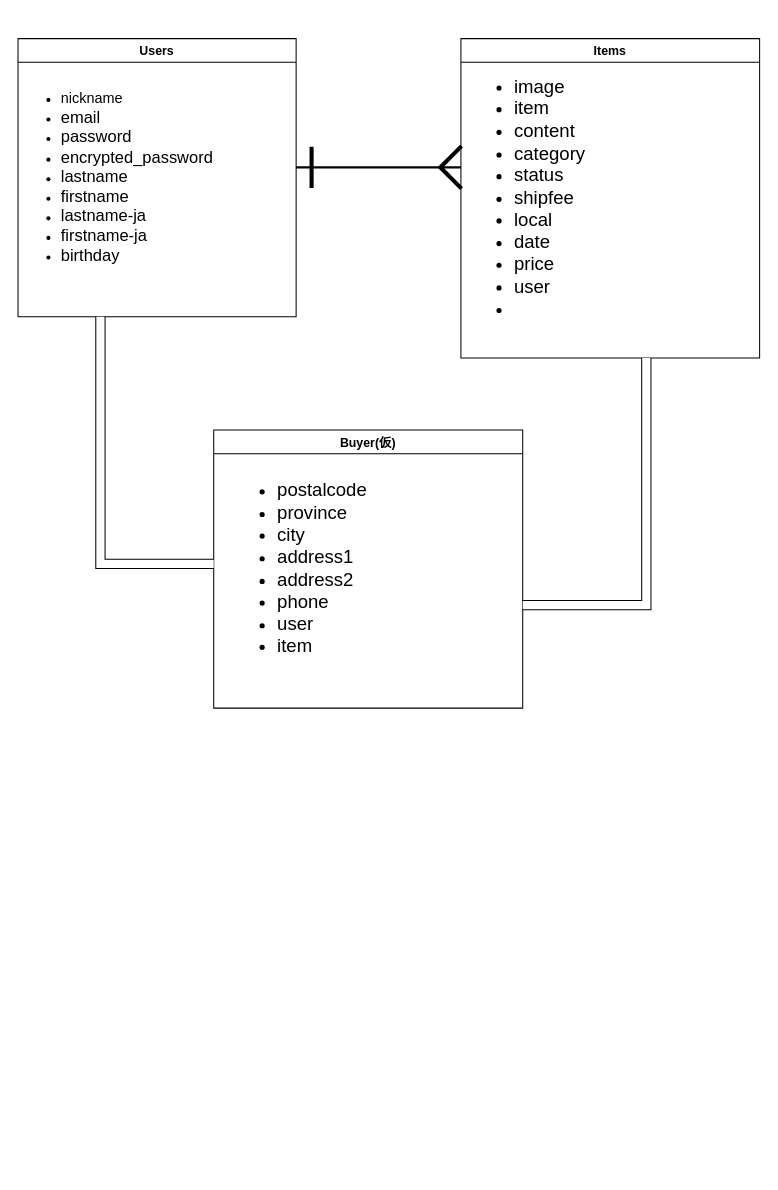
Above: test.dio in ShoheiTakino/furima-37951 (draw.io), before the change. Source tidied: cells renumbered, new cells numbered last; positions are measured from the earlier drawing's top-left corner, leaving out a move shared by most shapes. Both pictures are drawn from the tidied source at 103%, with x=0, y=0 at pixel (18, 38).
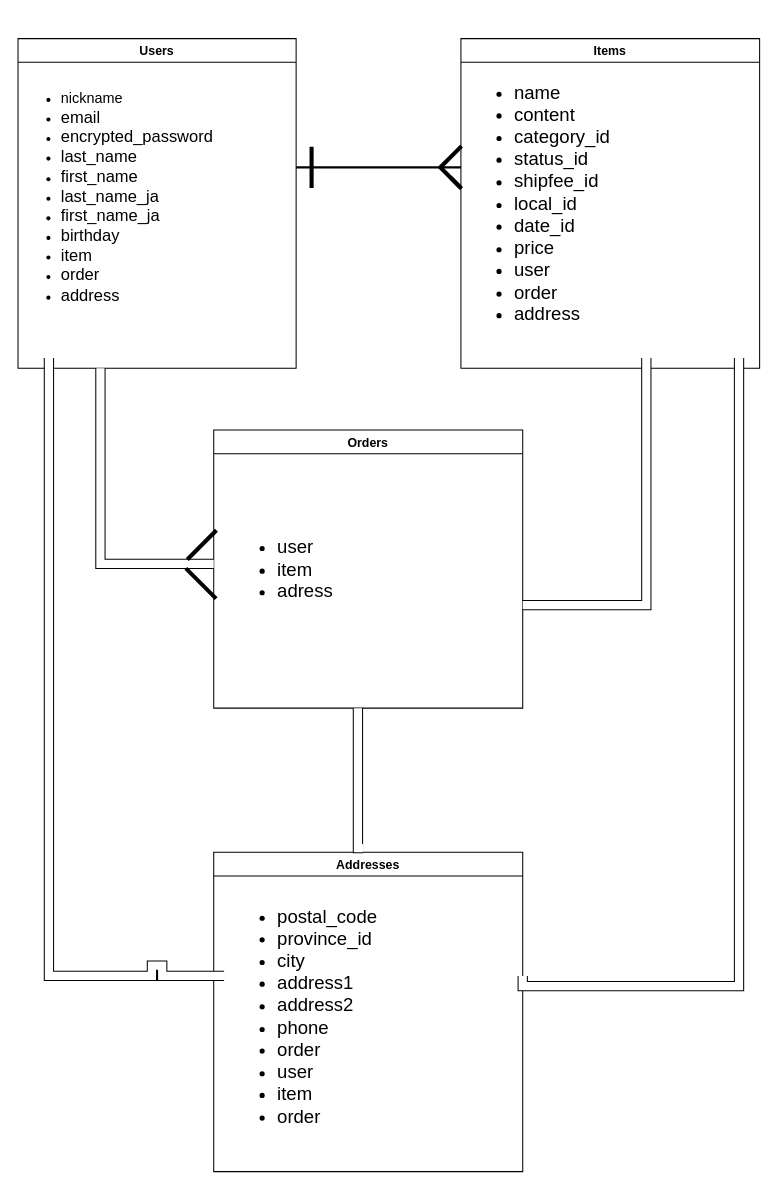
Above is the later version.

Commit message (it also covers changes not shown here):
ER図とREADMEの編集

Change to the diagram source:
```diff
@@
     <mxCell id="2" value="Users" style="swimlane;" parent="1" vertex="1">
-      <mxGeometry width="270" height="270" as="geometry" />
+      <mxGeometry width="270" height="320" as="geometry" />
     </mxCell>
-    <mxCell id="3" value="&lt;ul&gt;&lt;li&gt;&lt;span style=&quot;font-size: 14px&quot;&gt;nickname&lt;/span&gt;&lt;/li&gt;&lt;li&gt;&lt;font size=&quot;3&quot;&gt;email&lt;/font&gt;&lt;/li&gt;&lt;li&gt;&lt;font size=&quot;3&quot;&gt;password&lt;/font&gt;&lt;/li&gt;&lt;li&gt;&lt;font size=&quot;3&quot;&gt;encrypted_password&lt;/font&gt;&lt;/li&gt;&lt;li&gt;&lt;font size=&quot;3&quot;&gt;lastname&lt;/font&gt;&lt;/li&gt;&lt;li&gt;&lt;font size=&quot;3&quot;&gt;firstname&lt;/font&gt;&lt;/li&gt;&lt;li&gt;&lt;font size=&quot;3&quot;&gt;lastname-ja&lt;/font&gt;&lt;/li&gt;&lt;li&gt;&lt;font size=&quot;3&quot;&gt;firstname-ja&lt;/font&gt;&lt;/li&gt;&lt;li&gt;&lt;font size=&quot;3&quot;&gt;birthday&lt;/font&gt;&lt;/li&gt;&lt;/ul&gt;" style="text;strokeColor=none;fillColor=none;html=1;whiteSpace=wrap;verticalAlign=middle;overflow=hidden;" parent="2" vertex="1">
-      <mxGeometry y="15" width="240" height="240" as="geometry" />
+    <mxCell id="3" value="&lt;ul&gt;&lt;li&gt;&lt;span style=&quot;font-size: 14px&quot;&gt;nickname&lt;/span&gt;&lt;/li&gt;&lt;li&gt;&lt;font size=&quot;3&quot;&gt;email&lt;/font&gt;&lt;/li&gt;&lt;li&gt;&lt;font size=&quot;3&quot;&gt;encrypted_password&lt;/font&gt;&lt;/li&gt;&lt;li&gt;&lt;font size=&quot;3&quot;&gt;last_name&lt;/font&gt;&lt;/li&gt;&lt;li&gt;&lt;font size=&quot;3&quot;&gt;first_name&lt;/font&gt;&lt;/li&gt;&lt;li&gt;&lt;font size=&quot;3&quot;&gt;last_name_ja&lt;/font&gt;&lt;/li&gt;&lt;li&gt;&lt;font size=&quot;3&quot;&gt;first_name_ja&lt;/font&gt;&lt;/li&gt;&lt;li&gt;&lt;font size=&quot;3&quot;&gt;birthday&lt;/font&gt;&lt;/li&gt;&lt;li&gt;&lt;font size=&quot;3&quot;&gt;item&lt;/font&gt;&lt;/li&gt;&lt;li&gt;&lt;font size=&quot;3&quot;&gt;order&lt;/font&gt;&lt;/li&gt;&lt;li&gt;&lt;font size=&quot;3&quot;&gt;address&lt;/font&gt;&lt;/li&gt;&lt;/ul&gt;" style="text;strokeColor=none;fillColor=none;html=1;whiteSpace=wrap;verticalAlign=middle;overflow=hidden;" parent="2" vertex="1">
+      <mxGeometry y="7.5" width="240" height="292.5" as="geometry" />
     </mxCell>
     <mxCell id="4" value="Items" style="swimlane;" parent="1" vertex="1">
-      <mxGeometry x="430" width="290" height="310" as="geometry" />
+      <mxGeometry x="430" width="290" height="320" as="geometry" />
     </mxCell>
-    <mxCell id="5" value="&lt;ul style=&quot;font-size: 18px&quot;&gt;&lt;li&gt;image&lt;/li&gt;&lt;li&gt;item&lt;/li&gt;&lt;li&gt;content&lt;/li&gt;&lt;li&gt;category&lt;/li&gt;&lt;li&gt;status&lt;/li&gt;&lt;li&gt;shipfee&lt;/li&gt;&lt;li&gt;local&lt;/li&gt;&lt;li&gt;date&lt;/li&gt;&lt;li&gt;price&lt;/li&gt;&lt;li&gt;user&lt;/li&gt;&lt;li&gt;&lt;br&gt;&lt;/li&gt;&lt;/ul&gt;" style="text;strokeColor=none;fillColor=none;html=1;whiteSpace=wrap;verticalAlign=middle;overflow=hidden;" parent="4" vertex="1">
-      <mxGeometry x="10" y="15" width="240" height="280" as="geometry" />
+    <mxCell id="5" value="&lt;div&gt;&lt;span style=&quot;font-size: 18px&quot;&gt;&lt;br&gt;&lt;/span&gt;&lt;/div&gt;&lt;ul style=&quot;font-size: 18px&quot;&gt;&lt;li&gt;name&lt;/li&gt;&lt;li&gt;content&lt;/li&gt;&lt;li&gt;category_id&lt;/li&gt;&lt;li&gt;status_id&lt;/li&gt;&lt;li&gt;shipfee_id&lt;/li&gt;&lt;li&gt;local_id&lt;/li&gt;&lt;li&gt;date_id&lt;/li&gt;&lt;li&gt;price&lt;/li&gt;&lt;li&gt;user&lt;/li&gt;&lt;li&gt;order&lt;/li&gt;&lt;li&gt;address&lt;/li&gt;&lt;/ul&gt;" style="text;strokeColor=none;fillColor=none;html=1;whiteSpace=wrap;verticalAlign=middle;overflow=hidden;" parent="4" vertex="1">
+      <mxGeometry x="10" y="-20.3" width="240" height="340.3" as="geometry" />
     </mxCell>
-    <mxCell id="6" value="Buyer(仮)" style="swimlane;" parent="1" vertex="1">
+    <mxCell id="6" value="Orders" style="swimlane;" parent="1" vertex="1">
       <mxGeometry x="190" y="380" width="300" height="270" as="geometry" />
     </mxCell>
-    <mxCell id="7" value="&lt;ul style=&quot;font-size: 18px&quot;&gt;&lt;li&gt;postalcode&lt;/li&gt;&lt;li&gt;province&lt;/li&gt;&lt;li&gt;city&lt;/li&gt;&lt;li&gt;address1&lt;/li&gt;&lt;li&gt;address2&lt;/li&gt;&lt;li&gt;phone&lt;/li&gt;&lt;li&gt;user&lt;/li&gt;&lt;li&gt;item&lt;/li&gt;&lt;/ul&gt;" style="text;strokeColor=none;fillColor=none;html=1;whiteSpace=wrap;verticalAlign=middle;overflow=hidden;" parent="6" vertex="1">
-      <mxGeometry x="20" y="10" width="240" height="250" as="geometry" />
+    <mxCell id="7" value="&lt;div&gt;&lt;span style=&quot;font-size: 18px&quot;&gt;&lt;br&gt;&lt;/span&gt;&lt;/div&gt;&lt;ul style=&quot;font-size: 18px&quot;&gt;&lt;li&gt;user&lt;/li&gt;&lt;li&gt;item&lt;/li&gt;&lt;li&gt;adress&lt;/li&gt;&lt;/ul&gt;" style="text;strokeColor=none;fillColor=none;html=1;whiteSpace=wrap;verticalAlign=middle;overflow=hidden;" parent="6" vertex="1">
+      <mxGeometry x="20" y="20" width="240" height="210" as="geometry" />
     </mxCell>
@@
     <mxCell id="13" style="shape=filledEdge;rounded=0;fixDash=1;endArrow=none;strokeWidth=10;fillColor=#ffffff;edgeStyle=orthogonalEdgeStyle;fontSize=18;jumpSize=1;" parent="1" edge="1">
       <mxGeometry relative="1" as="geometry">
         <mxPoint x="190" y="510" as="sourcePoint" />
-        <mxPoint x="80" y="270" as="targetPoint" />
+        <mxPoint x="80" y="320" as="targetPoint" />
         <Array as="points">
           <mxPoint x="180" y="510" />
           <mxPoint x="80" y="510" />
         </Array>
       </mxGeometry>
     </mxCell>
@@
+    <mxCell id="15" value="Addresses" style="swimlane;" parent="1" vertex="1">
+      <mxGeometry x="190" y="790" width="300" height="310" as="geometry" />
+    </mxCell>
+    <mxCell id="16" value="&lt;ul style=&quot;font-size: 18px&quot;&gt;&lt;li&gt;postal_code&lt;/li&gt;&lt;li&gt;province_id&lt;/li&gt;&lt;li&gt;city&lt;/li&gt;&lt;li&gt;address1&lt;/li&gt;&lt;li&gt;address2&lt;/li&gt;&lt;li&gt;phone&lt;/li&gt;&lt;li&gt;order&lt;/li&gt;&lt;li&gt;user&lt;/li&gt;&lt;li&gt;item&lt;/li&gt;&lt;li&gt;order&lt;/li&gt;&lt;/ul&gt;" style="text;strokeColor=none;fillColor=none;html=1;whiteSpace=wrap;verticalAlign=middle;overflow=hidden;" parent="15" vertex="1">
+      <mxGeometry x="20" y="10" width="240" height="300" as="geometry" />
+    </mxCell>
+    <mxCell id="17" style="line;strokeWidth=4;html=1;perimeter=backbonePerimeter;fontSize=18;rotation=-45;" parent="1" vertex="1">
+      <mxGeometry x="158.5" y="486.5" width="40" height="10" as="geometry" />
+    </mxCell>
+    <mxCell id="18" style="line;strokeWidth=4;html=1;perimeter=backbonePerimeter;fontSize=18;rotation=45;" parent="1" vertex="1">
+      <mxGeometry x="417.2" y="134.7" width="15" height="10" as="geometry" />
+    </mxCell>
+    <mxCell id="19" style="line;strokeWidth=4;html=1;perimeter=backbonePerimeter;fontSize=18;rotation=45;" parent="1" vertex="1">
+      <mxGeometry x="156.9" y="524" width="41.5" height="10" as="geometry" />
+    </mxCell>
+    <mxCell id="20" style="shape=filledEdge;rounded=0;fixDash=1;endArrow=none;strokeWidth=10;fillColor=#ffffff;edgeStyle=orthogonalEdgeStyle;fontSize=18;jumpSize=1;" parent="1" edge="1">
+      <mxGeometry relative="1" as="geometry">
+        <mxPoint x="335" y="786" as="sourcePoint" />
+        <mxPoint x="330" y="650" as="targetPoint" />
+        <Array as="points">
+          <mxPoint x="330" y="786.5" />
+        </Array>
+      </mxGeometry>
+    </mxCell>
+    <mxCell id="21" style="shape=filledEdge;rounded=0;fixDash=1;endArrow=none;strokeWidth=10;fillColor=#ffffff;edgeStyle=orthogonalEdgeStyle;fontSize=18;jumpSize=1;" parent="1" edge="1">
+      <mxGeometry relative="1" as="geometry">
+        <mxPoint x="200" y="910" as="sourcePoint" />
+        <mxPoint x="30" y="310" as="targetPoint" />
+        <Array as="points">
+          <mxPoint x="140" y="910" />
+          <mxPoint x="140" y="900" />
+          <mxPoint x="130" y="900" />
+          <mxPoint x="130" y="910" />
+          <mxPoint x="30" y="910" />
+        </Array>
+      </mxGeometry>
+    </mxCell>
+    <mxCell id="22" style="shape=filledEdge;rounded=0;fixDash=1;endArrow=none;strokeWidth=10;fillColor=#ffffff;edgeStyle=orthogonalEdgeStyle;fontSize=18;jumpSize=1;" parent="1" edge="1">
+      <mxGeometry relative="1" as="geometry">
+        <mxPoint x="490" y="910" as="sourcePoint" />
+        <mxPoint x="700" y="310" as="targetPoint" />
+        <Array as="points">
+          <mxPoint x="490" y="920" />
+          <mxPoint x="700" y="920" />
+        </Array>
+      </mxGeometry>
+    </mxCell>
```
